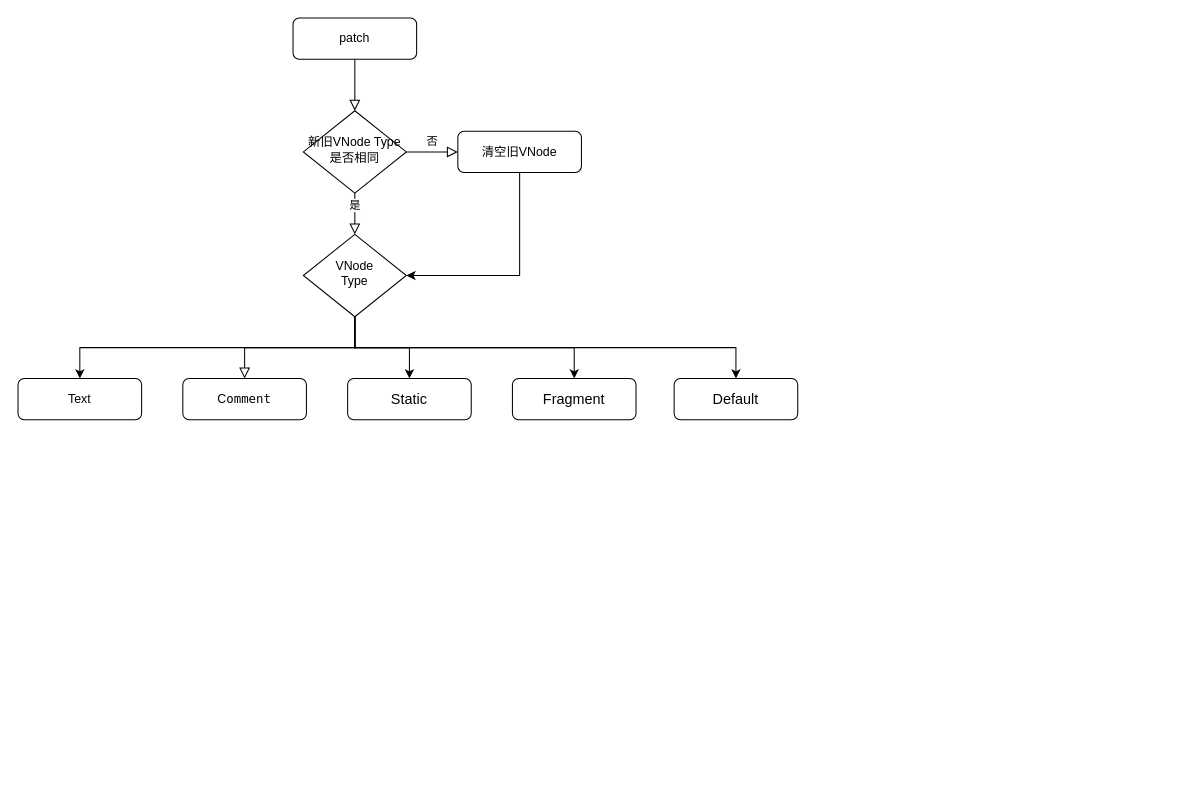
Before: public/vue.drawio in cheekahao/note, a draw.io diagram. Source tidied: cells renumbered, new cells numbered last; positions are measured from the earlier drawing's top-left corner, leaving out a move shared by most shapes. Both pictures are drawn from the tidied source at 103%, with x=0, y=0 at pixel (18, 18).
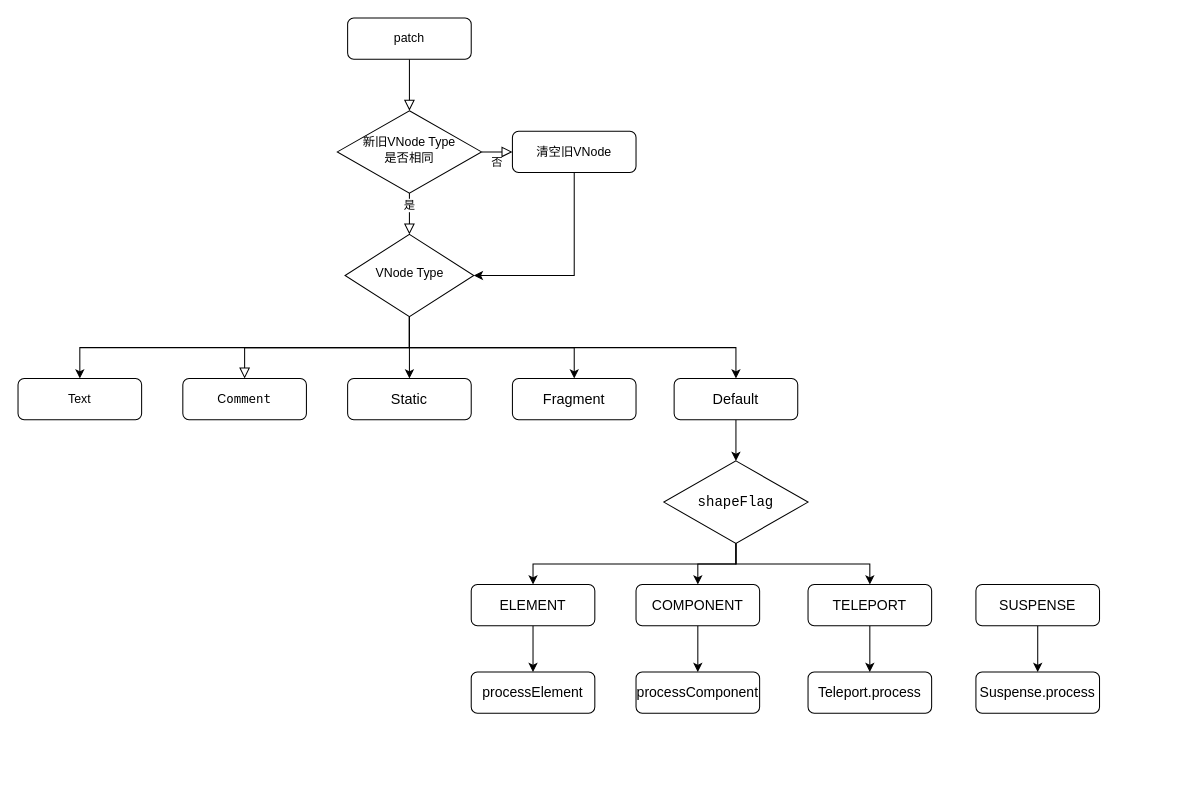
After the change.

Unchanged cells that the change refers to:
```xml
<mxCell id="16" value="C&lt;span style=&quot;font-family: menlo, monaco, &amp;quot;courier new&amp;quot;, monospace;&quot;&gt;&lt;font&gt;ommen&lt;/font&gt;&lt;/span&gt;&lt;span style=&quot;font-family: menlo, monaco, &amp;quot;courier new&amp;quot;, monospace;&quot;&gt;t&lt;/span&gt;" style="rounded=1;whiteSpace=wrap;html=1;fontSize=12;glass=0;strokeWidth=1;shadow=0;labelBackgroundColor=none;" parent="1" vertex="1">
  <mxGeometry x="160" y="350" width="120" height="40" as="geometry" />
</mxCell>
<mxCell id="18" value="&lt;span style=&quot;font-size: 14px ; text-align: left&quot;&gt;Static&lt;/span&gt;" style="rounded=1;whiteSpace=wrap;html=1;fontSize=12;glass=0;strokeWidth=1;shadow=0;labelBackgroundColor=none;" parent="1" vertex="1">
  <mxGeometry x="320" y="350" width="120" height="40" as="geometry" />
</mxCell>
<mxCell id="19" value="&lt;div style=&quot;text-align: left&quot;&gt;&lt;span style=&quot;font-size: 14px&quot;&gt;Fragment&lt;/span&gt;&lt;/div&gt;" style="rounded=1;whiteSpace=wrap;html=1;fontSize=12;glass=0;strokeWidth=1;shadow=0;labelBackgroundColor=none;" parent="1" vertex="1">
  <mxGeometry x="480" y="350" width="120" height="40" as="geometry" />
</mxCell>
<mxCell id="20" value="&lt;div style=&quot;text-align: left&quot;&gt;&lt;span style=&quot;font-size: 14px&quot;&gt;Default&lt;/span&gt;&lt;/div&gt;" style="rounded=1;whiteSpace=wrap;html=1;fontSize=12;glass=0;strokeWidth=1;shadow=0;labelBackgroundColor=none;" parent="1" vertex="1">
  <mxGeometry x="637" y="350" width="120" height="40" as="geometry" />
</mxCell>
```

The edit, as a diff of the source:
```diff
@@
     <mxCell id="3" value="patch" style="rounded=1;whiteSpace=wrap;html=1;fontSize=12;glass=0;strokeWidth=1;shadow=0;" parent="1" vertex="1">
-      <mxGeometry x="267" width="120" height="40" as="geometry" />
+      <mxGeometry x="320" width="120" height="40" as="geometry" />
     </mxCell>
@@
-    <mxCell id="7" value="新旧VNode Type是否相同" style="rhombus;whiteSpace=wrap;html=1;shadow=0;fontFamily=Helvetica;fontSize=12;align=center;strokeWidth=1;spacing=6;spacingTop=-4;" parent="1" vertex="1">
-      <mxGeometry x="277" y="90" width="100" height="80" as="geometry" />
+    <mxCell id="7" value="新旧VNode Type&lt;br&gt;是否相同" style="rhombus;whiteSpace=wrap;html=1;shadow=0;fontFamily=Helvetica;fontSize=12;align=center;strokeWidth=1;spacing=6;spacingTop=-4;" parent="1" vertex="1">
+      <mxGeometry x="310" y="90" width="140" height="80" as="geometry" />
     </mxCell>
     <mxCell id="8" style="edgeStyle=orthogonalEdgeStyle;rounded=0;jettySize=auto;html=1;entryX=1;entryY=0.5;entryDx=0;entryDy=0;" parent="1" edge="1" source="9" target="15">
       <mxGeometry relative="1" as="geometry">
         <Array as="points">
-          <mxPoint x="487" y="250" />
+          <mxPoint x="540" y="250" />
         </Array>
       </mxGeometry>
     </mxCell>
     <mxCell id="9" value="清空旧VNode" style="rounded=1;whiteSpace=wrap;html=1;fontSize=12;glass=0;strokeWidth=1;shadow=0;" parent="1" vertex="1">
-      <mxGeometry x="427" y="110" width="120" height="40" as="geometry" />
+      <mxGeometry x="480" y="110" width="120" height="40" as="geometry" />
     </mxCell>
     <mxCell id="10" value="&lt;br&gt;" style="rounded=0;html=1;jettySize=auto;fontSize=11;endArrow=block;endFill=0;endSize=8;strokeWidth=1;shadow=0;labelBackgroundColor=none;edgeStyle=orthogonalEdgeStyle;" parent="1" edge="1" source="15" target="16">
-      <mxGeometry x="0.33" y="20" relative="1" as="geometry" />
+      <mxGeometry x="0.33" y="20" relative="1" as="geometry">
+        <Array as="points">
+          <mxPoint x="380" y="320" />
+          <mxPoint x="220" y="320" />
+        </Array>
+      </mxGeometry>
     </mxCell>
@@
     <mxCell id="12" style="edgeStyle=orthogonalEdgeStyle;rounded=0;jettySize=auto;html=1;fontColor=#f0f0f0;" parent="1" edge="1" source="15" target="18">
       <mxGeometry relative="1" as="geometry">
         <Array as="points">
-          <mxPoint x="327" y="320" />
-          <mxPoint x="380" y="320" />
+          <mxPoint x="380" y="330" />
+          <mxPoint x="380" y="330" />
         </Array>
       </mxGeometry>
     </mxCell>
     <mxCell id="13" style="edgeStyle=orthogonalEdgeStyle;rounded=0;jettySize=auto;html=1;entryX=0.5;entryY=0;entryDx=0;entryDy=0;fontColor=#f0f0f0;" parent="1" edge="1" source="15" target="19">
       <mxGeometry relative="1" as="geometry">
         <Array as="points">
-          <mxPoint x="327" y="320" />
+          <mxPoint x="380" y="320" />
           <mxPoint x="540" y="320" />
         </Array>
       </mxGeometry>
     </mxCell>
@@
-    <mxCell id="15" value="VNode&lt;br&gt;Type" style="rhombus;whiteSpace=wrap;html=1;shadow=0;fontFamily=Helvetica;fontSize=12;align=center;strokeWidth=1;spacing=6;spacingTop=-4;" parent="1" vertex="1">
-      <mxGeometry x="277" y="210" width="100" height="80" as="geometry" />
+    <mxCell id="15" value="VNode Type" style="rhombus;whiteSpace=wrap;html=1;shadow=0;fontFamily=Helvetica;fontSize=12;align=center;strokeWidth=1;spacing=6;spacingTop=-4;" parent="1" vertex="1">
+      <mxGeometry x="317.5" y="210" width="125" height="80" as="geometry" />
     </mxCell>
@@
+    <mxCell id="21" style="edgeStyle=orthogonalEdgeStyle;rounded=0;jettySize=auto;html=1;" parent="1" edge="1" source="20" target="25">
+      <mxGeometry relative="1" as="geometry" />
+    </mxCell>
@@
+    <mxCell id="22" style="edgeStyle=orthogonalEdgeStyle;rounded=0;jettySize=auto;html=1;fontColor=#f0f0f0;entryX=0.5;entryY=0;entryDx=0;entryDy=0;" parent="1" edge="1" source="25" target="27">
+      <mxGeometry relative="1" as="geometry">
+        <Array as="points">
+          <mxPoint x="697" y="530" />
+          <mxPoint x="500" y="530" />
+        </Array>
+      </mxGeometry>
+    </mxCell>
+    <mxCell id="23" style="edgeStyle=orthogonalEdgeStyle;rounded=0;jettySize=auto;html=1;exitX=0.5;exitY=1;exitDx=0;exitDy=0;entryX=0.5;entryY=0;entryDx=0;entryDy=0;fontFamily=Helvetica;fontColor=#f0f0f0;" parent="1" edge="1" source="25" target="30">
+      <mxGeometry relative="1" as="geometry" />
+    </mxCell>
+    <mxCell id="24" style="edgeStyle=orthogonalEdgeStyle;rounded=0;jettySize=auto;html=1;exitX=0.5;exitY=1;exitDx=0;exitDy=0;fontFamily=Helvetica;fontColor=#f0f0f0;" parent="1" edge="1" source="25" target="33">
+      <mxGeometry relative="1" as="geometry" />
+    </mxCell>
+    <mxCell id="25" value="&lt;div style=&quot;font-family: menlo, monaco, &amp;quot;courier new&amp;quot;, monospace; font-weight: normal; font-size: 12px; line-height: 18px;&quot;&gt;&lt;pre style=&quot;box-sizing: border-box; font-size: 13.6px; margin-top: 0px; margin-bottom: 0px; overflow-wrap: normal; padding: 16px; overflow: auto; line-height: 1.45; border-radius: 6px; word-break: normal;&quot;&gt;&lt;span class=&quot;pl-s1&quot; style=&quot;box-sizing: border-box&quot;&gt;shapeFlag&lt;/span&gt;&lt;/pre&gt;&lt;/div&gt;" style="rhombus;whiteSpace=wrap;html=1;rounded=0;shadow=0;strokeWidth=1;glass=0;labelBackgroundColor=none;" parent="1" vertex="1">
+      <mxGeometry x="627" y="430" width="140" height="80" as="geometry" />
+    </mxCell>
+    <mxCell id="26" style="edgeStyle=orthogonalEdgeStyle;rounded=0;jettySize=auto;html=1;fontFamily=Helvetica;fontColor=#f0f0f0;" parent="1" edge="1" source="27" target="28">
+      <mxGeometry relative="1" as="geometry" />
+    </mxCell>
+    <mxCell id="27" value="&lt;div style=&quot;text-align: left&quot;&gt;&lt;div style=&quot;box-sizing: border-box; font-size: 13.6px; margin-top: 0px; margin-bottom: 0px; overflow-wrap: normal; padding: 16px; overflow: auto; line-height: 1.45; border-radius: 6px; word-break: normal;&quot;&gt;&lt;span class=&quot;pl-c1&quot; style=&quot;box-sizing: border-box&quot;&gt;ELEMENT&lt;/span&gt;&lt;/div&gt;&lt;/div&gt;" style="rounded=1;whiteSpace=wrap;html=1;fontSize=12;glass=0;strokeWidth=1;shadow=0;labelBackgroundColor=none;fontFamily=Helvetica;" parent="1" vertex="1">
+      <mxGeometry x="440" y="550" width="120" height="40" as="geometry" />
+    </mxCell>
+    <mxCell id="28" value="&lt;div style=&quot;text-align: left&quot;&gt;&lt;div style=&quot;box-sizing: border-box ; font-size: 13.6px ; margin-top: 0px ; margin-bottom: 0px ; overflow-wrap: normal ; padding: 16px ; overflow: auto ; line-height: 1.45 ; border-radius: 6px ; word-break: normal&quot;&gt;&lt;div style=&quot;box-sizing: border-box; margin-top: 0px; margin-bottom: 0px; overflow-wrap: normal; padding: 16px; overflow: auto; line-height: 1.45; border-radius: 6px; word-break: normal;&quot;&gt;&lt;span class=&quot;pl-en&quot; style=&quot;box-sizing: border-box&quot;&gt;processElement&lt;/span&gt;&lt;/div&gt;&lt;/div&gt;&lt;/div&gt;" style="rounded=1;whiteSpace=wrap;html=1;fontSize=12;glass=0;strokeWidth=1;shadow=0;labelBackgroundColor=none;fontFamily=Helvetica;" parent="1" vertex="1">
+      <mxGeometry x="440" y="635" width="120" height="40" as="geometry" />
+    </mxCell>
+    <mxCell id="29" style="edgeStyle=orthogonalEdgeStyle;rounded=0;jettySize=auto;html=1;fontFamily=Helvetica;fontColor=#f0f0f0;" parent="1" edge="1" source="30" target="31">
+      <mxGeometry relative="1" as="geometry" />
+    </mxCell>
+    <mxCell id="30" value="&lt;div style=&quot;text-align: left&quot;&gt;&lt;div style=&quot;box-sizing: border-box ; font-size: 13.6px ; margin-top: 0px ; margin-bottom: 0px ; overflow-wrap: normal ; padding: 16px ; overflow: auto ; line-height: 1.45 ; border-radius: 6px ; word-break: normal&quot;&gt;&lt;div style=&quot;box-sizing: border-box; margin-top: 0px; margin-bottom: 0px; overflow-wrap: normal; padding: 16px; overflow: auto; line-height: 1.45; border-radius: 6px; word-break: normal;&quot;&gt;&lt;span class=&quot;pl-c1&quot; style=&quot;box-sizing: border-box&quot;&gt;COMPONENT&lt;/span&gt;&lt;/div&gt;&lt;/div&gt;&lt;/div&gt;" style="rounded=1;whiteSpace=wrap;html=1;fontSize=12;glass=0;strokeWidth=1;shadow=0;labelBackgroundColor=none;fontFamily=Helvetica;" parent="1" vertex="1">
+      <mxGeometry x="600" y="550" width="120" height="40" as="geometry" />
+    </mxCell>
+    <mxCell id="31" value="&lt;div style=&quot;text-align: left&quot;&gt;&lt;div style=&quot;box-sizing: border-box ; font-size: 13.6px ; margin-top: 0px ; margin-bottom: 0px ; overflow-wrap: normal ; padding: 16px ; overflow: auto ; line-height: 1.45 ; border-radius: 6px ; word-break: normal&quot;&gt;&lt;div style=&quot;box-sizing: border-box ; margin-top: 0px ; margin-bottom: 0px ; overflow-wrap: normal ; padding: 16px ; overflow: auto ; line-height: 1.45 ; border-radius: 6px ; word-break: normal&quot;&gt;&lt;div style=&quot;box-sizing: border-box; margin-top: 0px; margin-bottom: 0px; overflow-wrap: normal; padding: 16px; overflow: auto; line-height: 1.45; border-radius: 6px; word-break: normal;&quot;&gt;&lt;span class=&quot;pl-en&quot; style=&quot;box-sizing: border-box&quot;&gt;processComponent&lt;/span&gt;&lt;/div&gt;&lt;/div&gt;&lt;/div&gt;&lt;/div&gt;" style="rounded=1;whiteSpace=wrap;html=1;fontSize=12;glass=0;strokeWidth=1;shadow=0;labelBackgroundColor=none;fontFamily=Helvetica;" parent="1" vertex="1">
+      <mxGeometry x="600" y="635" width="120" height="40" as="geometry" />
+    </mxCell>
+    <mxCell id="32" style="edgeStyle=orthogonalEdgeStyle;rounded=0;jettySize=auto;html=1;fontFamily=Helvetica;fontColor=#f0f0f0;" parent="1" edge="1" source="33" target="34">
+      <mxGeometry relative="1" as="geometry" />
+    </mxCell>
+    <mxCell id="33" value="&lt;div style=&quot;text-align: left&quot;&gt;&lt;div style=&quot;box-sizing: border-box ; font-size: 13.6px ; margin-top: 0px ; margin-bottom: 0px ; overflow-wrap: normal ; padding: 16px ; overflow: auto ; line-height: 1.45 ; border-radius: 6px ; word-break: normal&quot;&gt;&lt;div style=&quot;box-sizing: border-box ; margin-top: 0px ; margin-bottom: 0px ; overflow-wrap: normal ; padding: 16px ; overflow: auto ; line-height: 1.45 ; border-radius: 6px ; word-break: normal&quot;&gt;&lt;div style=&quot;box-sizing: border-box; margin-top: 0px; margin-bottom: 0px; overflow-wrap: normal; padding: 16px; overflow: auto; line-height: 1.45; border-radius: 6px; word-break: normal;&quot;&gt;&lt;span class=&quot;pl-c1&quot; style=&quot;box-sizing: border-box&quot;&gt;TELEPORT&lt;/span&gt;&lt;/div&gt;&lt;/div&gt;&lt;/div&gt;&lt;/div&gt;" style="rounded=1;whiteSpace=wrap;html=1;fontSize=12;glass=0;strokeWidth=1;shadow=0;labelBackgroundColor=none;fontFamily=Helvetica;" parent="1" vertex="1">
+      <mxGeometry x="767" y="550" width="120" height="40" as="geometry" />
+    </mxCell>
+    <mxCell id="34" value="&lt;div style=&quot;text-align: left&quot;&gt;&lt;div style=&quot;box-sizing: border-box ; font-size: 13.6px ; margin-top: 0px ; margin-bottom: 0px ; overflow-wrap: normal ; padding: 16px ; overflow: auto ; line-height: 1.45 ; border-radius: 6px ; word-break: normal&quot;&gt;&lt;div style=&quot;box-sizing: border-box ; margin-top: 0px ; margin-bottom: 0px ; overflow-wrap: normal ; padding: 16px ; overflow: auto ; line-height: 1.45 ; border-radius: 6px ; word-break: normal&quot;&gt;&lt;div style=&quot;box-sizing: border-box ; margin-top: 0px ; margin-bottom: 0px ; overflow-wrap: normal ; padding: 16px ; overflow: auto ; line-height: 1.45 ; border-radius: 6px ; word-break: normal&quot;&gt;&lt;div style=&quot;box-sizing: border-box ; margin-top: 0px ; margin-bottom: 0px ; overflow-wrap: normal ; padding: 16px ; overflow: auto ; line-height: 1.45 ; border-radius: 6px ; word-break: normal&quot;&gt;&lt;span class=&quot;pl-smi&quot; style=&quot;box-sizing: border-box&quot;&gt;Teleport&lt;/span&gt;&lt;span class=&quot;pl-kos&quot; style=&quot;box-sizing: border-box&quot;&gt;.&lt;/span&gt;&lt;span class=&quot;pl-en&quot; style=&quot;font-family: , &amp;#34;consolas&amp;#34; , &amp;#34;liberation mono&amp;#34; , &amp;#34;menlo&amp;#34; , monospace ; box-sizing: border-box&quot;&gt;process&lt;/span&gt;&lt;/div&gt;&lt;/div&gt;&lt;/div&gt;&lt;/div&gt;&lt;/div&gt;" style="rounded=1;whiteSpace=wrap;html=1;fontSize=12;glass=0;strokeWidth=1;shadow=0;labelBackgroundColor=none;fontFamily=Helvetica;" parent="1" vertex="1">
+      <mxGeometry x="767" y="635" width="120" height="40" as="geometry" />
+    </mxCell>
+    <mxCell id="35" style="edgeStyle=orthogonalEdgeStyle;rounded=0;jettySize=auto;html=1;fontFamily=Helvetica;fontColor=#f0f0f0;" parent="1" edge="1" source="36" target="37">
+      <mxGeometry relative="1" as="geometry" />
+    </mxCell>
+    <mxCell id="36" value="&lt;div style=&quot;text-align: left&quot;&gt;&lt;div style=&quot;box-sizing: border-box ; font-size: 13.6px ; margin-top: 0px ; margin-bottom: 0px ; overflow-wrap: normal ; padding: 16px ; overflow: auto ; line-height: 1.45 ; border-radius: 6px ; word-break: normal&quot;&gt;&lt;div style=&quot;box-sizing: border-box ; margin-top: 0px ; margin-bottom: 0px ; overflow-wrap: normal ; padding: 16px ; overflow: auto ; line-height: 1.45 ; border-radius: 6px ; word-break: normal&quot;&gt;&lt;div style=&quot;box-sizing: border-box ; margin-top: 0px ; margin-bottom: 0px ; overflow-wrap: normal ; padding: 16px ; overflow: auto ; line-height: 1.45 ; border-radius: 6px ; word-break: normal&quot;&gt;&lt;div style=&quot;box-sizing: border-box; margin-top: 0px; margin-bottom: 0px; overflow-wrap: normal; padding: 16px; overflow: auto; line-height: 1.45; border-radius: 6px; word-break: normal;&quot;&gt;&lt;span class=&quot;pl-c1&quot; style=&quot;box-sizing: border-box&quot;&gt;SUSPENSE&lt;/span&gt;&lt;/div&gt;&lt;/div&gt;&lt;/div&gt;&lt;/div&gt;&lt;/div&gt;" style="rounded=1;whiteSpace=wrap;html=1;fontSize=12;glass=0;strokeWidth=1;shadow=0;labelBackgroundColor=none;fontFamily=Helvetica;" parent="1" vertex="1">
+      <mxGeometry x="930" y="550" width="120" height="40" as="geometry" />
+    </mxCell>
+    <mxCell id="37" value="&lt;div style=&quot;text-align: left&quot;&gt;&lt;div style=&quot;box-sizing: border-box ; font-size: 13.6px ; margin-top: 0px ; margin-bottom: 0px ; overflow-wrap: normal ; padding: 16px ; overflow: auto ; line-height: 1.45 ; border-radius: 6px ; word-break: normal&quot;&gt;&lt;div style=&quot;box-sizing: border-box ; margin-top: 0px ; margin-bottom: 0px ; overflow-wrap: normal ; padding: 16px ; overflow: auto ; line-height: 1.45 ; border-radius: 6px ; word-break: normal&quot;&gt;&lt;div style=&quot;box-sizing: border-box ; margin-top: 0px ; margin-bottom: 0px ; overflow-wrap: normal ; padding: 16px ; overflow: auto ; line-height: 1.45 ; border-radius: 6px ; word-break: normal&quot;&gt;&lt;div style=&quot;box-sizing: border-box ; margin-top: 0px ; margin-bottom: 0px ; overflow-wrap: normal ; padding: 16px ; overflow: auto ; line-height: 1.45 ; border-radius: 6px ; word-break: normal&quot;&gt;&lt;span class=&quot;pl-kos&quot; style=&quot;box-sizing: border-box&quot;&gt;&lt;span style=&quot;font-family: , &amp;#34;consolas&amp;#34; , &amp;#34;liberation mono&amp;#34; , &amp;#34;menlo&amp;#34; , monospace&quot;&gt;Suspense&lt;/span&gt;.&lt;/span&gt;&lt;span class=&quot;pl-en&quot; style=&quot;font-family: , &amp;#34;consolas&amp;#34; , &amp;#34;liberation mono&amp;#34; , &amp;#34;menlo&amp;#34; , monospace ; box-sizing: border-box&quot;&gt;process&lt;/span&gt;&lt;/div&gt;&lt;/div&gt;&lt;/div&gt;&lt;/div&gt;&lt;/div&gt;" style="rounded=1;whiteSpace=wrap;html=1;fontSize=12;glass=0;strokeWidth=1;shadow=0;labelBackgroundColor=none;fontFamily=Helvetica;" parent="1" vertex="1">
+      <mxGeometry x="930" y="635" width="120" height="40" as="geometry" />
+    </mxCell>
```
